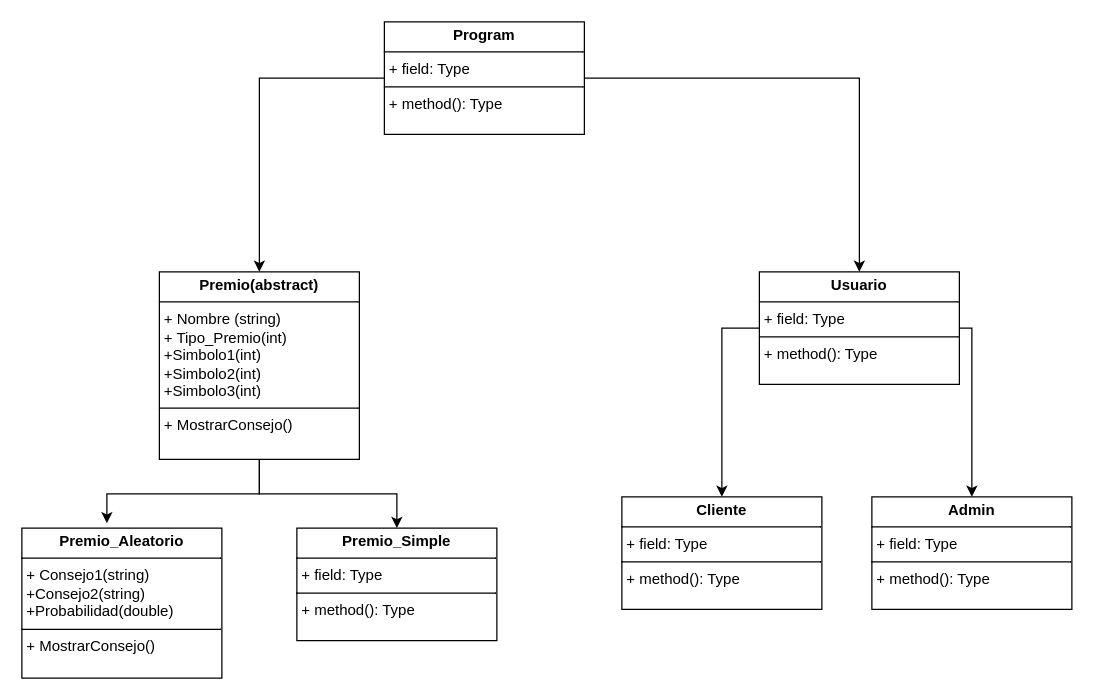
Before: Practica_Individual/Diagrama sin título.drawio in 070704/Practica_Individual, a draw.io diagram. Source tidied: cells renumbered, new cells numbered last; positions are measured from the earlier drawing's top-left corner, leaving out a move shared by most shapes. Both pictures are drawn from the tidied source at 125%, with x=0, y=0 at pixel (21, 21).
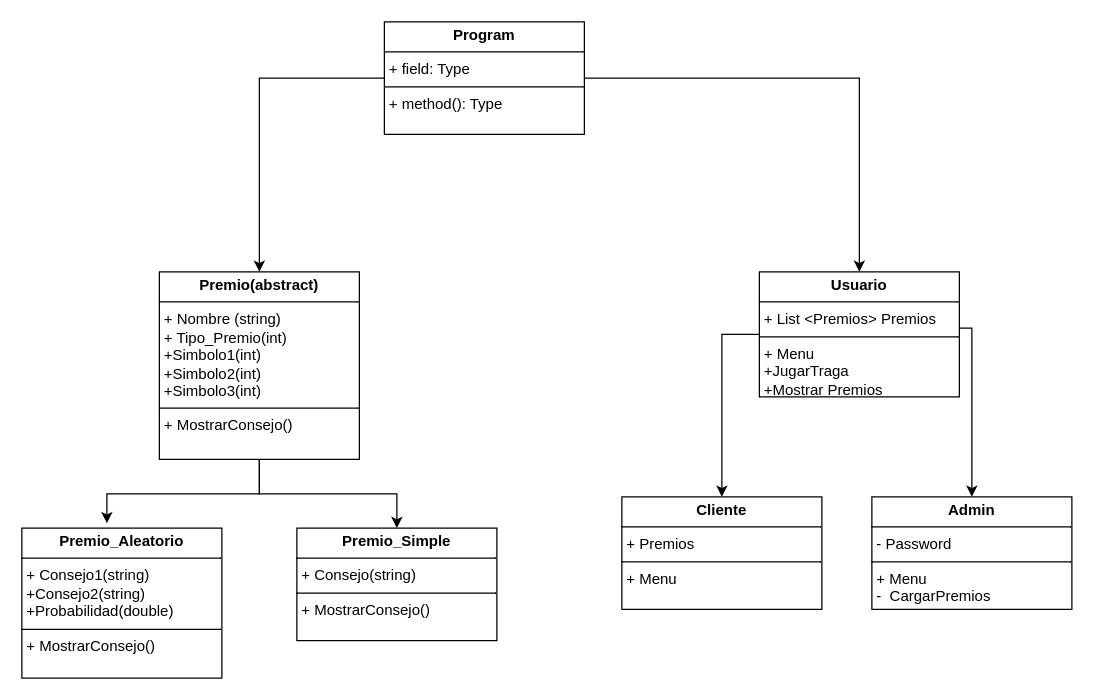
After the change.

Change to the diagram source:
```diff
@@
 <mxGraphModel>
   <root>
     <mxCell id="0" />
     <mxCell id="1" parent="0" />
     <mxCell id="2" style="edgeStyle=orthogonalEdgeStyle;rounded=0;jettySize=auto;html=1;exitX=0;exitY=0.5;exitDx=0;exitDy=0;entryX=0.5;entryY=0;entryDx=0;entryDy=0;" parent="1" edge="1" source="4" target="6">
       <mxGeometry relative="1" as="geometry" />
     </mxCell>
     <mxCell id="3" style="edgeStyle=orthogonalEdgeStyle;rounded=0;jettySize=auto;html=1;exitX=1;exitY=0.5;exitDx=0;exitDy=0;" parent="1" edge="1" source="4" target="9">
       <mxGeometry relative="1" as="geometry" />
     </mxCell>
     <mxCell id="4" value="&lt;p style=&quot;margin:0px;margin-top:4px;text-align:center;&quot;&gt;&lt;b&gt;Program&lt;/b&gt;&lt;/p&gt;&lt;hr size=&quot;1&quot; style=&quot;border-style:solid;&quot;&gt;&lt;p style=&quot;margin:0px;margin-left:4px;&quot;&gt;+ field: Type&lt;/p&gt;&lt;hr size=&quot;1&quot; style=&quot;border-style:solid;&quot;&gt;&lt;p style=&quot;margin:0px;margin-left:4px;&quot;&gt;+ method(): Type&lt;/p&gt;" style="verticalAlign=top;align=left;overflow=fill;html=1;whiteSpace=wrap;" parent="1" vertex="1">
       <mxGeometry x="290" width="160" height="90" as="geometry" />
     </mxCell>
     <mxCell id="5" style="edgeStyle=orthogonalEdgeStyle;rounded=0;jettySize=auto;html=1;entryX=0.5;entryY=0;entryDx=0;entryDy=0;" parent="1" edge="1" source="6" target="11">
       <mxGeometry relative="1" as="geometry" />
     </mxCell>
     <mxCell id="6" value="&lt;p style=&quot;margin:0px;margin-top:4px;text-align:center;&quot;&gt;&lt;b&gt;Premio(abstract)&lt;/b&gt;&lt;/p&gt;&lt;hr size=&quot;1&quot; style=&quot;border-style:solid;&quot;&gt;&lt;p style=&quot;margin:0px;margin-left:4px;&quot;&gt;+ Nombre (string)&lt;/p&gt;&lt;p style=&quot;margin:0px;margin-left:4px;&quot;&gt;+ Tipo_Premio(int)&lt;/p&gt;&lt;p style=&quot;margin:0px;margin-left:4px;&quot;&gt;+Simbolo1(int)&lt;/p&gt;&lt;p style=&quot;margin:0px;margin-left:4px;&quot;&gt;+Simbolo2(int)&lt;/p&gt;&lt;p style=&quot;margin:0px;margin-left:4px;&quot;&gt;+Simbolo3(int)&lt;/p&gt;&lt;hr size=&quot;1&quot; style=&quot;border-style:solid;&quot;&gt;&lt;p style=&quot;margin:0px;margin-left:4px;&quot;&gt;+ MostrarConsejo()&lt;/p&gt;" style="verticalAlign=top;align=left;overflow=fill;html=1;whiteSpace=wrap;" parent="1" vertex="1">
       <mxGeometry x="110" y="200" width="160" height="150" as="geometry" />
     </mxCell>
     <mxCell id="7" style="edgeStyle=orthogonalEdgeStyle;rounded=0;jettySize=auto;html=1;exitX=0;exitY=0.5;exitDx=0;exitDy=0;entryX=0.5;entryY=0;entryDx=0;entryDy=0;" parent="1" edge="1" source="9" target="12">
       <mxGeometry relative="1" as="geometry" />
     </mxCell>
     <mxCell id="8" style="edgeStyle=orthogonalEdgeStyle;rounded=0;jettySize=auto;html=1;exitX=1;exitY=0.5;exitDx=0;exitDy=0;entryX=0.5;entryY=0;entryDx=0;entryDy=0;" parent="1" edge="1" source="9" target="13">
       <mxGeometry relative="1" as="geometry">
         <Array as="points">
           <mxPoint x="760" y="245" />
         </Array>
       </mxGeometry>
     </mxCell>
-    <mxCell id="9" value="&lt;p style=&quot;margin:0px;margin-top:4px;text-align:center;&quot;&gt;&lt;b&gt;Usuario&lt;/b&gt;&lt;/p&gt;&lt;hr size=&quot;1&quot; style=&quot;border-style:solid;&quot;&gt;&lt;p style=&quot;margin:0px;margin-left:4px;&quot;&gt;+ field: Type&lt;/p&gt;&lt;hr size=&quot;1&quot; style=&quot;border-style:solid;&quot;&gt;&lt;p style=&quot;margin:0px;margin-left:4px;&quot;&gt;+ method(): Type&lt;/p&gt;" style="verticalAlign=top;align=left;overflow=fill;html=1;whiteSpace=wrap;" parent="1" vertex="1">
-      <mxGeometry x="590" y="200" width="160" height="90" as="geometry" />
+    <mxCell id="9" value="&lt;p style=&quot;margin:0px;margin-top:4px;text-align:center;&quot;&gt;&lt;b&gt;Usuario&lt;/b&gt;&lt;/p&gt;&lt;hr size=&quot;1&quot; style=&quot;border-style:solid;&quot;&gt;&lt;p style=&quot;margin:0px;margin-left:4px;&quot;&gt;+ List &amp;lt;Premios&amp;gt; Premios&lt;/p&gt;&lt;hr size=&quot;1&quot; style=&quot;border-style:solid;&quot;&gt;&lt;p style=&quot;margin:0px;margin-left:4px;&quot;&gt;+ Menu&lt;/p&gt;&lt;p style=&quot;margin:0px;margin-left:4px;&quot;&gt;+JugarTraga&lt;/p&gt;&lt;p style=&quot;margin:0px;margin-left:4px;&quot;&gt;+Mostrar Premios&lt;/p&gt;" style="verticalAlign=top;align=left;overflow=fill;html=1;whiteSpace=wrap;" parent="1" vertex="1">
+      <mxGeometry x="590" y="200" width="160" height="100" as="geometry" />
     </mxCell>
     <mxCell id="10" value="&lt;p style=&quot;margin:0px;margin-top:4px;text-align:center;&quot;&gt;&lt;b&gt;Premio_Aleatorio&lt;/b&gt;&lt;/p&gt;&lt;hr size=&quot;1&quot; style=&quot;border-style:solid;&quot;&gt;&lt;p style=&quot;margin:0px;margin-left:4px;&quot;&gt;+ Consejo1(string)&lt;/p&gt;&lt;p style=&quot;margin:0px;margin-left:4px;&quot;&gt;+Consejo2(string)&lt;/p&gt;&lt;p style=&quot;margin:0px;margin-left:4px;&quot;&gt;+Probabilidad(double)&lt;/p&gt;&lt;hr size=&quot;1&quot; style=&quot;border-style:solid;&quot;&gt;&lt;p style=&quot;margin:0px;margin-left:4px;&quot;&gt;+ MostrarConsejo()&lt;/p&gt;" style="verticalAlign=top;align=left;overflow=fill;html=1;whiteSpace=wrap;" parent="1" vertex="1">
       <mxGeometry y="405" width="160" height="120" as="geometry" />
     </mxCell>
-    <mxCell id="11" value="&lt;p style=&quot;margin:0px;margin-top:4px;text-align:center;&quot;&gt;&lt;b&gt;Premio_Simple&lt;/b&gt;&lt;/p&gt;&lt;hr size=&quot;1&quot; style=&quot;border-style:solid;&quot;&gt;&lt;p style=&quot;margin:0px;margin-left:4px;&quot;&gt;+ field: Type&lt;/p&gt;&lt;hr size=&quot;1&quot; style=&quot;border-style:solid;&quot;&gt;&lt;p style=&quot;margin:0px;margin-left:4px;&quot;&gt;+ method(): Type&lt;/p&gt;" style="verticalAlign=top;align=left;overflow=fill;html=1;whiteSpace=wrap;" parent="1" vertex="1">
+    <mxCell id="11" value="&lt;p style=&quot;margin:0px;margin-top:4px;text-align:center;&quot;&gt;&lt;b&gt;Premio_Simple&lt;/b&gt;&lt;/p&gt;&lt;hr size=&quot;1&quot; style=&quot;border-style:solid;&quot;&gt;&lt;p style=&quot;margin:0px;margin-left:4px;&quot;&gt;+ Consejo(string)&lt;/p&gt;&lt;hr size=&quot;1&quot; style=&quot;border-style:solid;&quot;&gt;&lt;p style=&quot;margin:0px;margin-left:4px;&quot;&gt;+ MostrarConsejo()&lt;/p&gt;" style="verticalAlign=top;align=left;overflow=fill;html=1;whiteSpace=wrap;" parent="1" vertex="1">
       <mxGeometry x="220" y="405" width="160" height="90" as="geometry" />
     </mxCell>
-    <mxCell id="12" value="&lt;p style=&quot;margin:0px;margin-top:4px;text-align:center;&quot;&gt;&lt;b&gt;Cliente&lt;/b&gt;&lt;/p&gt;&lt;hr size=&quot;1&quot; style=&quot;border-style:solid;&quot;&gt;&lt;p style=&quot;margin:0px;margin-left:4px;&quot;&gt;+ field: Type&lt;/p&gt;&lt;hr size=&quot;1&quot; style=&quot;border-style:solid;&quot;&gt;&lt;p style=&quot;margin:0px;margin-left:4px;&quot;&gt;+ method(): Type&lt;/p&gt;" style="verticalAlign=top;align=left;overflow=fill;html=1;whiteSpace=wrap;" parent="1" vertex="1">
+    <mxCell id="12" value="&lt;p style=&quot;margin:0px;margin-top:4px;text-align:center;&quot;&gt;&lt;b&gt;Cliente&lt;/b&gt;&lt;/p&gt;&lt;hr size=&quot;1&quot; style=&quot;border-style:solid;&quot;&gt;&lt;p style=&quot;margin:0px;margin-left:4px;&quot;&gt;+ Premios&lt;/p&gt;&lt;hr size=&quot;1&quot; style=&quot;border-style:solid;&quot;&gt;&lt;p style=&quot;margin:0px;margin-left:4px;&quot;&gt;+ Menu&amp;nbsp;&lt;/p&gt;" style="verticalAlign=top;align=left;overflow=fill;html=1;whiteSpace=wrap;" parent="1" vertex="1">
       <mxGeometry x="480" y="380" width="160" height="90" as="geometry" />
     </mxCell>
-    <mxCell id="13" value="&lt;p style=&quot;margin:0px;margin-top:4px;text-align:center;&quot;&gt;&lt;b&gt;Admin&lt;/b&gt;&lt;/p&gt;&lt;hr size=&quot;1&quot; style=&quot;border-style:solid;&quot;&gt;&lt;p style=&quot;margin:0px;margin-left:4px;&quot;&gt;+ field: Type&lt;/p&gt;&lt;hr size=&quot;1&quot; style=&quot;border-style:solid;&quot;&gt;&lt;p style=&quot;margin:0px;margin-left:4px;&quot;&gt;+ method(): Type&lt;/p&gt;" style="verticalAlign=top;align=left;overflow=fill;html=1;whiteSpace=wrap;" parent="1" vertex="1">
+    <mxCell id="13" value="&lt;p style=&quot;margin:0px;margin-top:4px;text-align:center;&quot;&gt;&lt;b&gt;Admin&lt;/b&gt;&lt;/p&gt;&lt;hr size=&quot;1&quot; style=&quot;border-style:solid;&quot;&gt;&lt;p style=&quot;margin:0px;margin-left:4px;&quot;&gt;- Password&lt;/p&gt;&lt;hr size=&quot;1&quot; style=&quot;border-style:solid;&quot;&gt;&lt;p style=&quot;margin:0px;margin-left:4px;&quot;&gt;+ Menu&amp;nbsp;&lt;/p&gt;&lt;p style=&quot;margin:0px;margin-left:4px;&quot;&gt;-&amp;nbsp; CargarPremios&lt;/p&gt;" style="verticalAlign=top;align=left;overflow=fill;html=1;whiteSpace=wrap;" parent="1" vertex="1">
       <mxGeometry x="680" y="380" width="160" height="90" as="geometry" />
     </mxCell>
     <mxCell id="14" style="edgeStyle=orthogonalEdgeStyle;rounded=0;jettySize=auto;html=1;entryX=0.425;entryY=-0.033;entryDx=0;entryDy=0;entryPerimeter=0;" parent="1" edge="1" source="6" target="10">
       <mxGeometry relative="1" as="geometry" />
     </mxCell>
   </root>
 </mxGraphModel>
```
